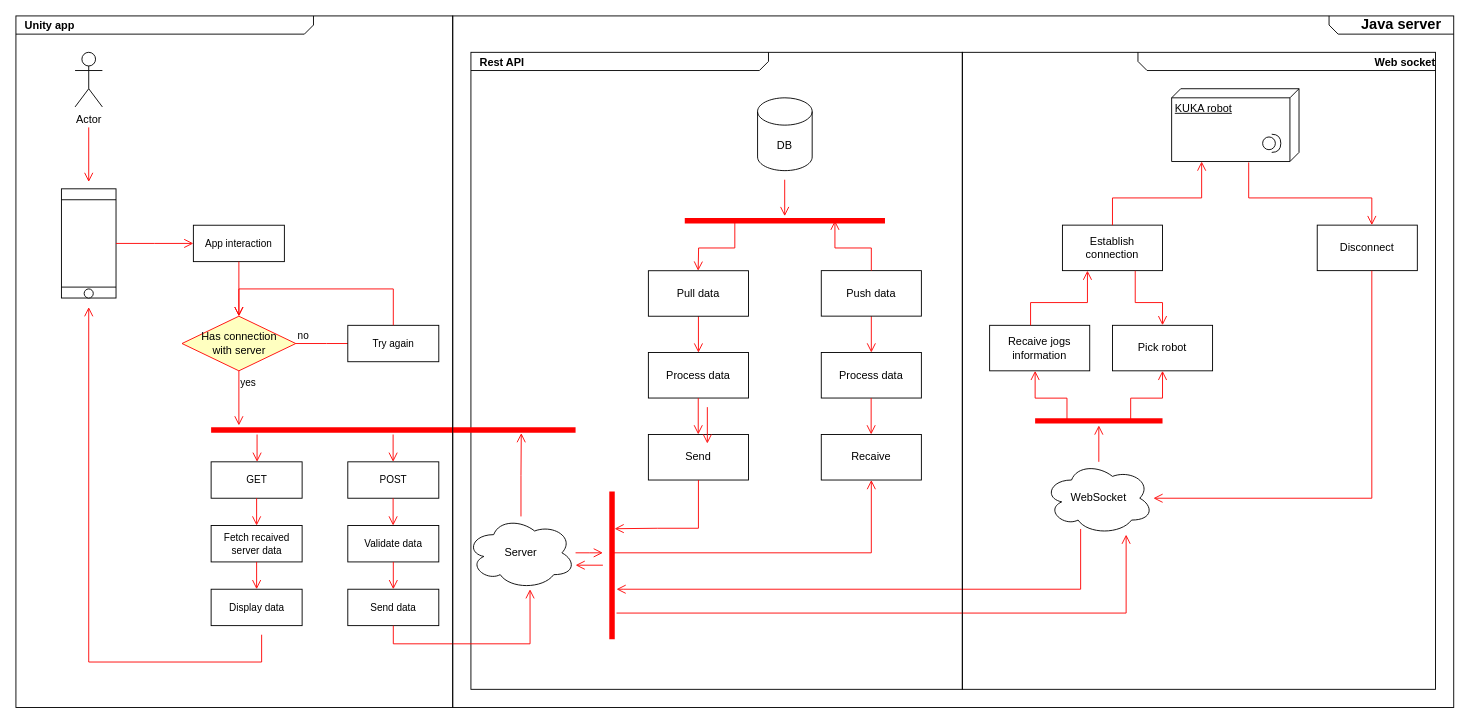
Earlier version of the draw.io diagram documentation/UI/General/DataFlow.drawio (xalpol12/kuka-ar). Source tidied: cells renumbered, new cells numbered last; positions are measured from the earlier drawing's top-left corner, leaving out a move shared by most shapes. Both pictures are drawn from the tidied source at 91%, with x=0, y=0 at pixel (15, 15).
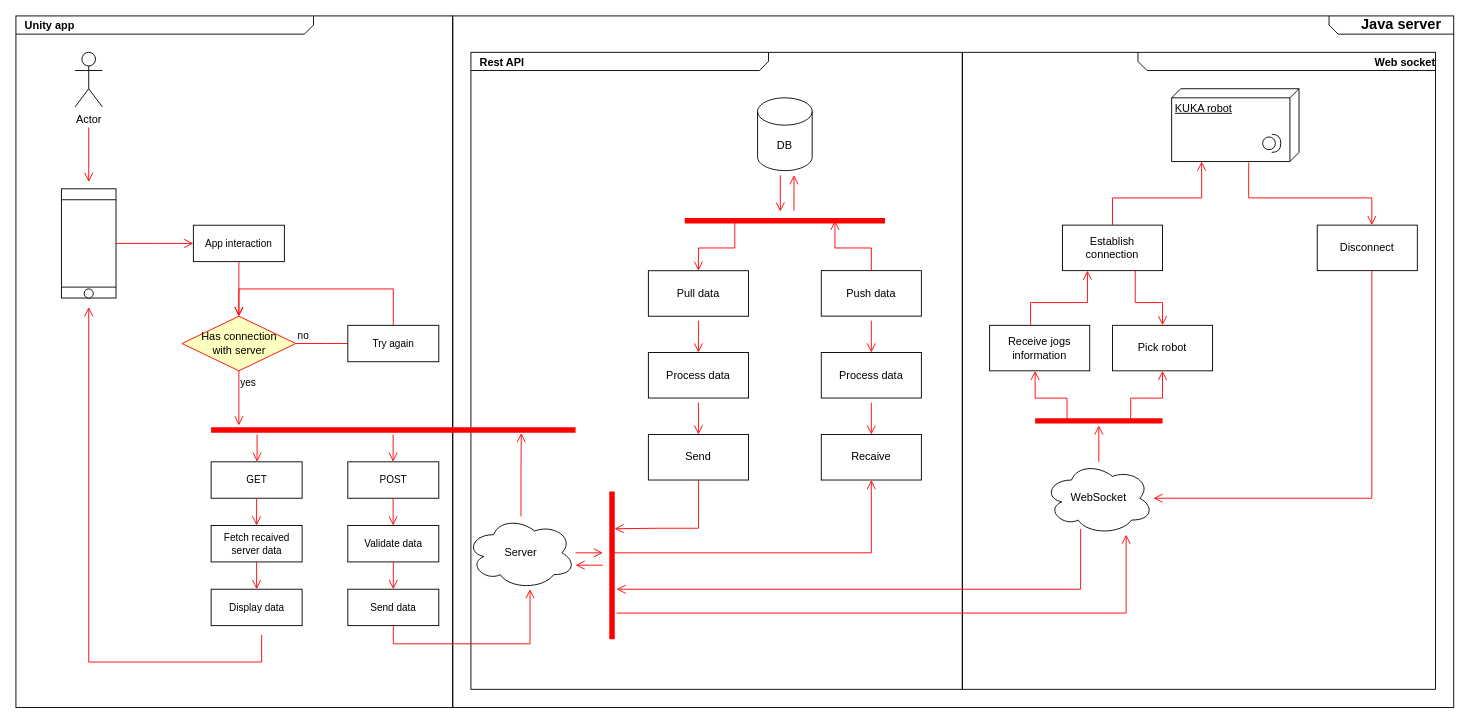
The same diagram, later.

The change refers to these unchanged cells:
```xml
<mxCell id="31" value="Process data" style="html=1;whiteSpace=wrap;" parent="1" vertex="1">
  <mxGeometry x="695" y="369.9" width="110" height="50" as="geometry" />
</mxCell>
<mxCell id="32" value="Send" style="html=1;whiteSpace=wrap;" parent="1" vertex="1">
  <mxGeometry x="695" y="460" width="110" height="50" as="geometry" />
</mxCell>
<mxCell id="39" value="Pull data" style="html=1;whiteSpace=wrap;" parent="1" vertex="1">
  <mxGeometry x="695" y="280" width="110" height="50" as="geometry" />
</mxCell>
<mxCell id="41" style="shape=line;html=1;strokeWidth=6;strokeColor=#ff0000;" parent="1" vertex="1">
  <mxGeometry x="735" y="220" width="220" height="10" as="geometry" />
</mxCell>
<mxCell id="43" value="Process data" style="html=1;whiteSpace=wrap;" parent="1" vertex="1">
  <mxGeometry x="885" y="369.9" width="110" height="50" as="geometry" />
</mxCell>
<mxCell id="44" value="Recaive" style="html=1;whiteSpace=wrap;" parent="1" vertex="1">
  <mxGeometry x="885" y="460" width="110" height="50" as="geometry" />
</mxCell>
<mxCell id="47" value="Push data" style="html=1;whiteSpace=wrap;" parent="1" vertex="1">
  <mxGeometry x="885" y="279.9" width="110" height="50" as="geometry" />
</mxCell>
```

Change to the diagram source:
```diff
@@
+    <mxCell id="72" value="&lt;p style=&quot;margin: 4px 0px 0px 10px;&quot;&gt;&lt;b&gt;Web socket&lt;/b&gt;&lt;/p&gt;" style="html=1;strokeWidth=1;shape=mxgraph.sysml.package;html=1;overflow=fill;whiteSpace=wrap;fillColor=none;gradientColor=none;fontSize=12;align=right;labelX=327.64;flipH=1;flipV=0;" parent="1" vertex="1">
+      <mxGeometry x="1040" y="40" width="520" height="700" as="geometry" />
+    </mxCell>
@@
+    <mxCell id="71" value="&lt;p style=&quot;margin: 4px 0px 0px 10px; line-height: 100%;&quot;&gt;&lt;b&gt;&lt;font style=&quot;font-size: 16px;&quot;&gt;Java server&amp;nbsp; &amp;nbsp;&lt;/font&gt;&lt;/b&gt;&lt;/p&gt;" style="html=1;strokeWidth=1;shape=mxgraph.sysml.package;html=1;overflow=fill;whiteSpace=wrap;fillColor=none;gradientColor=none;fontSize=12;align=right;labelX=137.97;direction=east;flipH=1;verticalAlign=top;" parent="1" vertex="1">
+      <mxGeometry x="480" width="1100" height="760" as="geometry" />
+    </mxCell>
@@
+    <mxCell id="74" style="edgeStyle=orthogonalEdgeStyle;shape=connector;rounded=0;orthogonalLoop=1;jettySize=auto;html=1;labelBackgroundColor=default;strokeColor=#ff0000;align=left;verticalAlign=bottom;fontFamily=Helvetica;fontSize=11;fontColor=default;endArrow=open;endSize=8;targetPerimeterSpacing=5;sourcePerimeterSpacing=5;" parent="1" edge="1">
+      <mxGeometry relative="1" as="geometry">
+        <mxPoint x="840" y="175" as="sourcePoint" />
+        <mxPoint x="840" y="215" as="targetPoint" />
+        <Array as="points">
+          <mxPoint x="840" y="200" />
+          <mxPoint x="840" y="200" />
+        </Array>
+      </mxGeometry>
+    </mxCell>
@@
+    <mxCell id="75" style="edgeStyle=orthogonalEdgeStyle;shape=connector;rounded=0;jettySize=auto;html=1;entryX=0.5;entryY=0;entryDx=0;entryDy=0;labelBackgroundColor=default;strokeColor=#ff0000;align=left;verticalAlign=bottom;fontFamily=Helvetica;fontSize=11;fontColor=default;endArrow=open;endSize=8;sourcePerimeterSpacing=5;targetPerimeterSpacing=5;" parent="1" edge="1" source="31" target="32">
+      <mxGeometry relative="1" as="geometry" />
+    </mxCell>
@@
-    <mxCell id="33" style="html=1;verticalAlign=bottom;endArrow=open;endSize=8;strokeColor=#ff0000;rounded=0;" parent="1" edge="1">
-      <mxGeometry relative="1" as="geometry">
-        <mxPoint x="750" y="330" as="sourcePoint" />
-        <mxPoint x="750" y="370" as="targetPoint" />
-      </mxGeometry>
-    </mxCell>
-    <mxCell id="34" style="html=1;verticalAlign=bottom;endArrow=open;endSize=8;strokeColor=#ff0000;rounded=0;" parent="1" edge="1">
-      <mxGeometry relative="1" as="geometry">
-        <mxPoint x="749.8" y="419.9" as="sourcePoint" />
-        <mxPoint x="749.8" y="459.9" as="targetPoint" />
-      </mxGeometry>
-    </mxCell>
@@
+    <mxCell id="76" style="shape=connector;rounded=0;jettySize=auto;html=1;entryX=0.5;entryY=0;entryDx=0;entryDy=0;labelBackgroundColor=default;strokeColor=#ff0000;align=left;verticalAlign=bottom;fontFamily=Helvetica;fontSize=11;fontColor=default;endArrow=open;endSize=8;sourcePerimeterSpacing=5;targetPerimeterSpacing=5;jumpStyle=none;endFill=1;" parent="1" edge="1" source="39" target="31">
+      <mxGeometry relative="1" as="geometry" />
+    </mxCell>
@@
-    <mxCell id="40" style="html=1;verticalAlign=bottom;endArrow=open;endSize=8;strokeColor=#ff0000;rounded=0;exitX=0.25;exitY=0.5;exitDx=0;exitDy=0;exitPerimeter=0;edgeStyle=orthogonalEdgeStyle;" parent="1" edge="1" source="41">
-      <mxGeometry relative="1" as="geometry">
-        <mxPoint x="749.7" y="280" as="targetPoint" />
-      </mxGeometry>
-    </mxCell>
+    <mxCell id="77" style="edgeStyle=orthogonalEdgeStyle;shape=connector;rounded=0;jettySize=auto;html=1;exitX=0.25;exitY=0.5;exitDx=0;exitDy=0;exitPerimeter=0;entryX=0.5;entryY=0;entryDx=0;entryDy=0;labelBackgroundColor=default;strokeColor=#ff0000;align=left;verticalAlign=bottom;fontFamily=Helvetica;fontSize=11;fontColor=default;endArrow=open;endSize=8;sourcePerimeterSpacing=5;targetPerimeterSpacing=5;" parent="1" edge="1" source="41" target="39">
+      <mxGeometry relative="1" as="geometry" />
+    </mxCell>
@@
-    <mxCell id="42" style="html=1;verticalAlign=bottom;endArrow=open;endSize=8;strokeColor=#ff0000;rounded=0;" parent="1" edge="1">
-      <mxGeometry relative="1" as="geometry">
-        <mxPoint x="844.8" y="180" as="sourcePoint" />
-        <mxPoint x="844.8" y="220" as="targetPoint" />
-      </mxGeometry>
-    </mxCell>
+    <mxCell id="78" style="edgeStyle=orthogonalEdgeStyle;shape=connector;rounded=0;jettySize=auto;html=1;entryX=0.5;entryY=0;entryDx=0;entryDy=0;labelBackgroundColor=default;strokeColor=#ff0000;align=left;verticalAlign=bottom;fontFamily=Helvetica;fontSize=11;fontColor=default;endArrow=open;endSize=8;sourcePerimeterSpacing=5;targetPerimeterSpacing=5;" parent="1" edge="1" source="43" target="44">
+      <mxGeometry relative="1" as="geometry" />
+    </mxCell>
@@
-    <mxCell id="45" style="html=1;verticalAlign=bottom;endArrow=open;endSize=8;strokeColor=#ff0000;rounded=0;" parent="1" edge="1">
-      <mxGeometry relative="1" as="geometry">
-        <mxPoint x="940" y="329.9" as="sourcePoint" />
-        <mxPoint x="940" y="369.9" as="targetPoint" />
-      </mxGeometry>
-    </mxCell>
-    <mxCell id="46" style="html=1;verticalAlign=bottom;endArrow=open;endSize=8;strokeColor=#ff0000;rounded=0;" parent="1" edge="1">
-      <mxGeometry relative="1" as="geometry">
-        <mxPoint x="939.8" y="419.9" as="sourcePoint" />
-        <mxPoint x="939.8" y="459.9" as="targetPoint" />
-      </mxGeometry>
-    </mxCell>
+    <mxCell id="79" style="edgeStyle=orthogonalEdgeStyle;shape=connector;rounded=0;jettySize=auto;html=1;entryX=0.5;entryY=0;entryDx=0;entryDy=0;labelBackgroundColor=default;strokeColor=#ff0000;align=left;verticalAlign=bottom;fontFamily=Helvetica;fontSize=11;fontColor=default;endArrow=open;endSize=8;sourcePerimeterSpacing=5;targetPerimeterSpacing=5;" parent="1" edge="1" source="47" target="43">
+      <mxGeometry relative="1" as="geometry" />
+    </mxCell>
@@
-    <mxCell id="53" value="Recaive jogs&lt;br&gt;information" style="html=1;whiteSpace=wrap;" parent="1" vertex="1">
+    <mxCell id="53" value="Receive jogs&lt;br&gt;information" style="html=1;whiteSpace=wrap;" parent="1" vertex="1">
       <mxGeometry x="1070" y="340" width="110" height="50" as="geometry" />
     </mxCell>
@@
-    <mxCell id="58" style="html=1;verticalAlign=bottom;endArrow=open;endSize=8;strokeColor=#ff0000;rounded=0;" parent="1" edge="1">
-      <mxGeometry relative="1" as="geometry">
-        <mxPoint x="759.8" y="429.9" as="sourcePoint" />
-        <mxPoint x="759.8" y="469.9" as="targetPoint" />
-      </mxGeometry>
-    </mxCell>
@@
-    <mxCell id="71" value="&lt;p style=&quot;margin: 4px 0px 0px 10px; line-height: 100%;&quot;&gt;&lt;b&gt;&lt;font style=&quot;font-size: 16px;&quot;&gt;Java server&amp;nbsp; &amp;nbsp;&lt;/font&gt;&lt;/b&gt;&lt;/p&gt;" style="html=1;strokeWidth=1;shape=mxgraph.sysml.package;html=1;overflow=fill;whiteSpace=wrap;fillColor=none;gradientColor=none;fontSize=12;align=right;labelX=137.97;direction=east;flipH=1;verticalAlign=top;" parent="1" vertex="1">
-      <mxGeometry x="480" width="1100" height="760" as="geometry" />
-    </mxCell>
-    <mxCell id="72" value="&lt;p style=&quot;margin: 4px 0px 0px 10px;&quot;&gt;&lt;b&gt;Web socket&lt;/b&gt;&lt;/p&gt;" style="html=1;strokeWidth=1;shape=mxgraph.sysml.package;html=1;overflow=fill;whiteSpace=wrap;fillColor=none;gradientColor=none;fontSize=12;align=right;labelX=327.64;flipH=1;flipV=0;" parent="1" vertex="1">
-      <mxGeometry x="1040" y="40" width="520" height="700" as="geometry" />
-    </mxCell>
@@
+    <mxCell id="80" style="shape=connector;rounded=0;orthogonalLoop=1;jettySize=auto;html=1;labelBackgroundColor=default;strokeColor=#ff0000;align=left;verticalAlign=bottom;fontFamily=Helvetica;fontSize=11;fontColor=default;endArrow=open;endSize=8;targetPerimeterSpacing=5;sourcePerimeterSpacing=5;" parent="1" edge="1">
+      <mxGeometry relative="1" as="geometry">
+        <mxPoint x="855" y="214" as="sourcePoint" />
+        <mxPoint x="855" y="175" as="targetPoint" />
+      </mxGeometry>
+    </mxCell>
```
